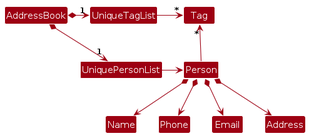
Before: diagrams/BetterModelClassDiagram.png, a diagram exported from PlantUML (AY2627S1-CS2103T-F08-4/tp). Its source is kept beside it as diagrams/BetterModelClassDiagram.puml.
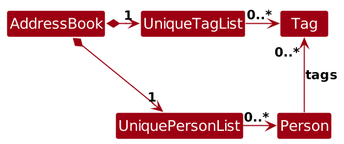
The same diagram one commit later.

Diff of the diagram source:
```diff
@@ -3,19 +3,14 @@
 skinparam arrowThickness 1.1
 skinparam arrowColor MODEL_COLOR
 skinparam classBackgroundColor MODEL_COLOR
+skinparam dpi 150
 
 AddressBook *-right-> "1" UniquePersonList
 AddressBook *-right-> "1" UniqueTagList
 UniqueTagList -[hidden]down- UniquePersonList
-UniqueTagList -[hidden]down- UniquePersonList
 
-UniqueTagList -right-> "*" Tag
-UniquePersonList -right-> Person
+UniqueTagList -right-> "0..*" Tag
+UniquePersonList -right-> "0..*" Person
 
-Person -up-> "*" Tag
-
-Person *--> Name
-Person *--> Phone
-Person *--> Email
-Person *--> Address
+Person -up-> "0..*" Tag : tags
 @enduml
```
